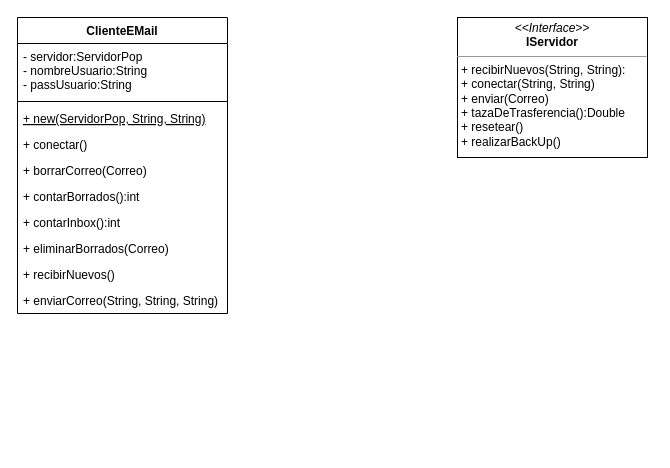
Above: Unq-po2-tp6-clienteEMail.drawio in nhubczyk/Diagramas-UML (draw.io), before the change. Source tidied: cells renumbered, new cells numbered last; positions are measured from the earlier drawing's top-left corner, leaving out a move shared by most shapes. Both pictures are drawn from the tidied source at 100%, with x=0, y=0 at pixel (17, 17).
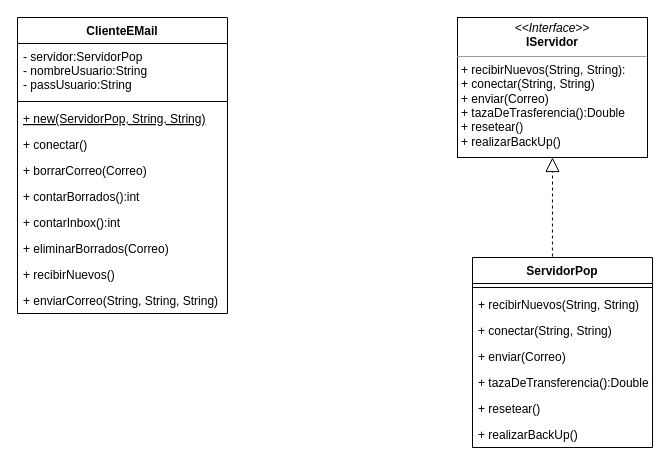
Above is the later version.

The change refers to these unchanged cells:
```xml
<mxCell id="13" value="&lt;p style=&quot;margin:0px;margin-top:4px;text-align:center;&quot;&gt;&lt;i&gt;&amp;lt;&amp;lt;Interface&amp;gt;&amp;gt;&lt;/i&gt;&lt;br&gt;&lt;b&gt;IServidor&lt;/b&gt;&lt;/p&gt;&lt;hr size=&quot;1&quot;&gt;&lt;p style=&quot;margin:0px;margin-left:4px;&quot;&gt;&lt;/p&gt;&lt;p style=&quot;margin:0px;margin-left:4px;&quot;&gt;+ recibirNuevos(String, String):&lt;/p&gt;&lt;p style=&quot;margin:0px;margin-left:4px;&quot;&gt;+ conectar(String, String)&lt;/p&gt;&lt;p style=&quot;margin:0px;margin-left:4px;&quot;&gt;+ enviar(Correo)&lt;/p&gt;&lt;p style=&quot;margin:0px;margin-left:4px;&quot;&gt;+ tazaDeTrasferencia():Double&lt;/p&gt;&lt;p style=&quot;margin:0px;margin-left:4px;&quot;&gt;+ resetear()&lt;/p&gt;&lt;p style=&quot;margin:0px;margin-left:4px;&quot;&gt;+ realizarBackUp()&lt;/p&gt;" style="verticalAlign=top;align=left;overflow=fill;fontSize=12;fontFamily=Helvetica;html=1;" parent="1" vertex="1">
  <mxGeometry x="440" width="190" height="140" as="geometry" />
</mxCell>
```

Diff of the diagram source:
```diff
@@
+    <mxCell id="14" value="ServidorPop" style="swimlane;fontStyle=1;align=center;verticalAlign=top;horizontal=1;startSize=26;" parent="1" vertex="1">
+      <mxGeometry x="455" y="240" width="180" height="190" as="geometry" />
+    </mxCell>
+    <mxCell id="15" style="line;strokeWidth=1;fillColor=none;align=left;verticalAlign=middle;spacingTop=-1;spacingLeft=3;spacingRight=3;labelPosition=right;strokeColor=inherit;" parent="14" vertex="1">
+      <mxGeometry y="26" width="180" height="8" as="geometry" />
+    </mxCell>
+    <mxCell id="16" value="+ recibirNuevos(String, String)" style="text;strokeColor=none;fillColor=none;align=left;verticalAlign=top;spacingLeft=4;spacingRight=4;overflow=hidden;" parent="14" vertex="1">
+      <mxGeometry y="34" width="180" height="26" as="geometry" />
+    </mxCell>
+    <mxCell id="17" value="+ conectar(String, String)" style="text;strokeColor=none;fillColor=none;align=left;verticalAlign=top;spacingLeft=4;spacingRight=4;overflow=hidden;" parent="14" vertex="1">
+      <mxGeometry y="60" width="180" height="26" as="geometry" />
+    </mxCell>
+    <mxCell id="18" value="+ enviar(Correo)&#10;" style="text;strokeColor=none;fillColor=none;align=left;verticalAlign=top;spacingLeft=4;spacingRight=4;overflow=hidden;" parent="14" vertex="1">
+      <mxGeometry y="86" width="180" height="26" as="geometry" />
+    </mxCell>
+    <mxCell id="19" value="+ tazaDeTransferencia():Double&#10;" style="text;strokeColor=none;fillColor=none;align=left;verticalAlign=top;spacingLeft=4;spacingRight=4;overflow=hidden;" parent="14" vertex="1">
+      <mxGeometry y="112" width="180" height="26" as="geometry" />
+    </mxCell>
+    <mxCell id="20" value="+ resetear()" style="text;strokeColor=none;fillColor=none;align=left;verticalAlign=top;spacingLeft=4;spacingRight=4;overflow=hidden;" parent="14" vertex="1">
+      <mxGeometry y="138" width="180" height="26" as="geometry" />
+    </mxCell>
+    <mxCell id="21" value="+ realizarBackUp()" style="text;strokeColor=none;fillColor=none;align=left;verticalAlign=top;spacingLeft=4;spacingRight=4;overflow=hidden;" parent="14" vertex="1">
+      <mxGeometry y="164" width="180" height="26" as="geometry" />
+    </mxCell>
+    <mxCell id="22" style="endArrow=block;dashed=1;endFill=0;endSize=12;html=1;rounded=0;exitX=0.444;exitY=-0.005;exitDx=0;exitDy=0;exitPerimeter=0;entryX=0.5;entryY=1;entryDx=0;entryDy=0;" parent="1" edge="1" source="14" target="13">
+      <mxGeometry relative="1" as="geometry" />
+    </mxCell>
```
